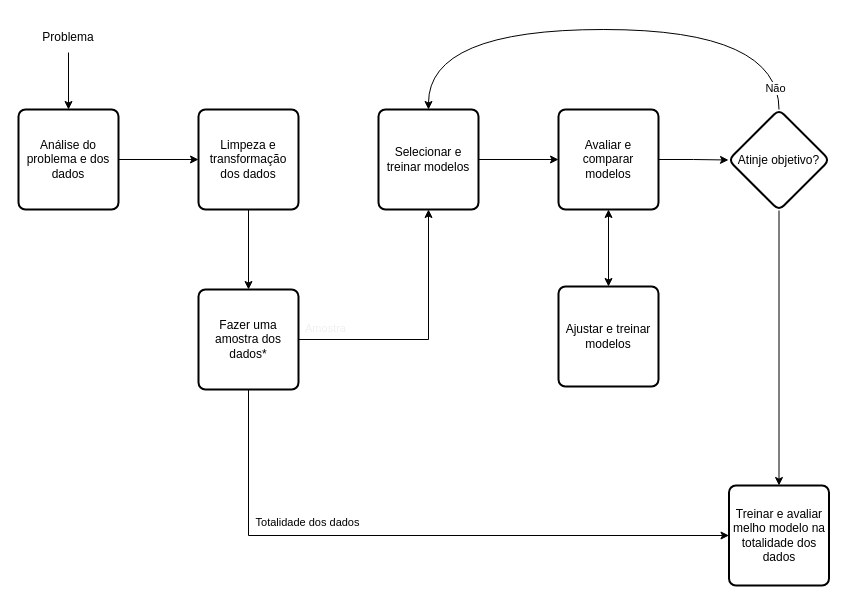
Above: processo.drawio in notPlancha/pbd (draw.io), before the change. Source tidied: cells renumbered, new cells numbered last; positions are measured from the earlier drawing's top-left corner, leaving out a move shared by most shapes. Both pictures are drawn from the tidied source at 100%, with x=0, y=0 at pixel (18, 22).
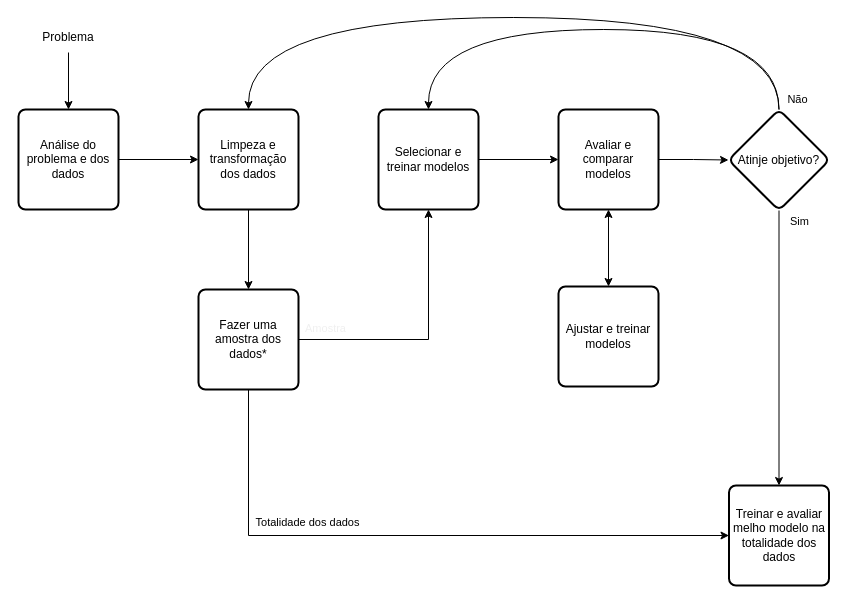
The same diagram, later.

Commit message:
processo modificado

The change refers to these unchanged cells:
```xml
<mxCell id="7" value="Limpeza e transformação dos dados" style="rounded=1;whiteSpace=wrap;html=1;absoluteArcSize=1;arcSize=14;strokeWidth=2;" parent="1" vertex="1">
  <mxGeometry x="180" y="87" width="100" height="100" as="geometry" />
</mxCell>
<mxCell id="19" style="edgeStyle=orthogonalEdgeStyle;rounded=0;jettySize=auto;html=1;entryX=0.5;entryY=0;entryDx=0;entryDy=0;curved=1;" parent="1" edge="1" source="22" target="9">
  <mxGeometry relative="1" as="geometry">
    <Array as="points">
      <mxPoint x="761" y="7" />
      <mxPoint x="410" y="7" />
    </Array>
  </mxGeometry>
</mxCell>
<mxCell id="21" style="edgeStyle=orthogonalEdgeStyle;rounded=0;jettySize=auto;html=1;" parent="1" edge="1" source="22" target="23">
  <mxGeometry relative="1" as="geometry" />
</mxCell>
<mxCell id="22" value="Atinje objetivo?" style="rhombus;whiteSpace=wrap;html=1;rounded=1;arcSize=14;strokeWidth=2;" parent="1" vertex="1">
  <mxGeometry x="710" y="87" width="101" height="101" as="geometry" />
</mxCell>
```

Diff of the diagram source:
```diff
@@
     <mxCell id="20" value="Não" style="edgeLabel;html=1;align=center;verticalAlign=middle;" parent="19" vertex="1">
       <mxGeometry x="-0.91" y="4" relative="1" as="geometry">
-        <mxPoint y="1" as="offset" />
+        <mxPoint x="22" y="12" as="offset" />
       </mxGeometry>
     </mxCell>
@@
+    <mxCell id="24" value="Sim" style="edgeLabel;html=1;align=center;verticalAlign=middle;" parent="21" vertex="1">
+      <mxGeometry x="-0.92" relative="1" as="geometry">
+        <mxPoint x="20" y="-1" as="offset" />
+      </mxGeometry>
+    </mxCell>
+    <mxCell id="25" style="edgeStyle=orthogonalEdgeStyle;jettySize=auto;html=1;entryX=0.5;entryY=0;entryDx=0;entryDy=0;curved=1;" parent="1" edge="1" source="22" target="7">
+      <mxGeometry relative="1" as="geometry">
+        <Array as="points">
+          <mxPoint x="761" y="-5" />
+          <mxPoint x="230" y="-5" />
+        </Array>
+      </mxGeometry>
+    </mxCell>
```
